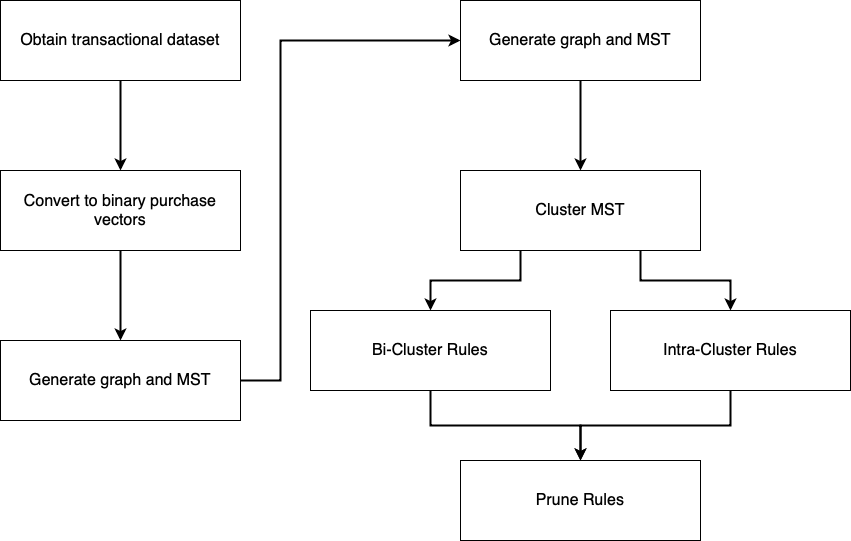
This is images/ruleflow.png from Sahil-Pattni/Market-Basket-Analysis-with-Graph-Theory, a draw.io export, as it was before one commit. Source tidied: cells renumbered, new cells last; positions are measured from the earlier drawing's top-left corner, leaving out a move shared by most shapes. Source of this version:
```xml
<mxGraphModel>
  <root>
    <mxCell id="0" />
    <mxCell id="1" parent="0" />
    <mxCell id="2" style="edgeStyle=orthogonalEdgeStyle;rounded=0;jettySize=auto;html=1;exitX=0.5;exitY=1;exitDx=0;exitDy=0;entryX=0.5;entryY=0;entryDx=0;entryDy=0;fontSize=16;strokeWidth=2;" parent="1" edge="1" source="3" target="5">
      <mxGeometry relative="1" as="geometry" />
    </mxCell>
    <mxCell id="3" value="Obtain transactional dataset" style="rounded=0;whiteSpace=wrap;html=1;fontSize=16;" parent="1" vertex="1">
      <mxGeometry width="240" height="80" as="geometry" />
    </mxCell>
    <mxCell id="4" style="edgeStyle=orthogonalEdgeStyle;rounded=0;jettySize=auto;html=1;exitX=0.5;exitY=1;exitDx=0;exitDy=0;entryX=0.5;entryY=0;entryDx=0;entryDy=0;fontSize=16;strokeWidth=2;" parent="1" edge="1" source="5" target="7">
      <mxGeometry relative="1" as="geometry" />
    </mxCell>
    <mxCell id="5" value="Convert to binary purchase vectors" style="rounded=0;whiteSpace=wrap;html=1;fontSize=16;" parent="1" vertex="1">
      <mxGeometry y="170" width="240" height="80" as="geometry" />
    </mxCell>
    <mxCell id="6" style="edgeStyle=orthogonalEdgeStyle;rounded=0;jettySize=auto;html=1;exitX=1;exitY=0.5;exitDx=0;exitDy=0;entryX=0;entryY=0.5;entryDx=0;entryDy=0;fontSize=16;strokeWidth=2;" parent="1" edge="1" source="7" target="9">
      <mxGeometry relative="1" as="geometry">
        <Array as="points">
          <mxPoint x="280" y="380" />
          <mxPoint x="280" y="40" />
        </Array>
      </mxGeometry>
    </mxCell>
    <mxCell id="7" value="Generate graph and MST" style="rounded=0;whiteSpace=wrap;html=1;fontSize=16;" parent="1" vertex="1">
      <mxGeometry y="340" width="240" height="80" as="geometry" />
    </mxCell>
    <mxCell id="8" style="edgeStyle=orthogonalEdgeStyle;rounded=0;jettySize=auto;html=1;exitX=0.5;exitY=1;exitDx=0;exitDy=0;fontSize=16;strokeWidth=2;" parent="1" edge="1" source="9" target="12">
      <mxGeometry relative="1" as="geometry" />
    </mxCell>
    <mxCell id="9" value="Generate graph and MST" style="rounded=0;whiteSpace=wrap;html=1;fontSize=16;" parent="1" vertex="1">
      <mxGeometry x="460" width="240" height="80" as="geometry" />
    </mxCell>
    <mxCell id="10" style="edgeStyle=orthogonalEdgeStyle;rounded=0;jettySize=auto;html=1;exitX=0.75;exitY=1;exitDx=0;exitDy=0;fontSize=16;strokeWidth=2;" parent="1" edge="1" source="12" target="16">
      <mxGeometry relative="1" as="geometry" />
    </mxCell>
    <mxCell id="11" style="edgeStyle=orthogonalEdgeStyle;rounded=0;jettySize=auto;html=1;exitX=0.25;exitY=1;exitDx=0;exitDy=0;fontSize=16;strokeWidth=2;" parent="1" edge="1" source="12" target="14">
      <mxGeometry relative="1" as="geometry" />
    </mxCell>
    <mxCell id="12" value="Cluster MST" style="rounded=0;whiteSpace=wrap;html=1;fontSize=16;" parent="1" vertex="1">
      <mxGeometry x="460" y="170" width="240" height="80" as="geometry" />
    </mxCell>
    <mxCell id="13" style="edgeStyle=orthogonalEdgeStyle;rounded=0;jettySize=auto;html=1;exitX=0.5;exitY=1;exitDx=0;exitDy=0;entryX=0.5;entryY=0;entryDx=0;entryDy=0;fontSize=16;strokeWidth=2;" parent="1" edge="1" source="14" target="17">
      <mxGeometry relative="1" as="geometry" />
    </mxCell>
    <mxCell id="14" value="Bi-Cluster Rules" style="rounded=0;whiteSpace=wrap;html=1;fontSize=16;" parent="1" vertex="1">
      <mxGeometry x="310" y="310" width="240" height="80" as="geometry" />
    </mxCell>
    <mxCell id="15" style="edgeStyle=orthogonalEdgeStyle;rounded=0;jettySize=auto;html=1;exitX=0.5;exitY=1;exitDx=0;exitDy=0;entryX=0.5;entryY=0;entryDx=0;entryDy=0;fontSize=16;strokeWidth=2;" parent="1" edge="1" source="16" target="17">
      <mxGeometry relative="1" as="geometry" />
    </mxCell>
    <mxCell id="16" value="Intra-Cluster Rules" style="rounded=0;whiteSpace=wrap;html=1;fontSize=16;" parent="1" vertex="1">
      <mxGeometry x="610" y="310" width="240" height="80" as="geometry" />
    </mxCell>
    <mxCell id="17" value="Prune Rules" style="rounded=0;whiteSpace=wrap;html=1;fontSize=16;" parent="1" vertex="1">
      <mxGeometry x="460" y="460" width="240" height="80" as="geometry" />
    </mxCell>
  </root>
</mxGraphModel>
```
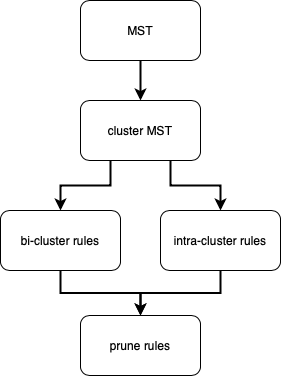
Above is the later version.

Diff of the diagram source:
```diff
@@ -2,58 +2,35 @@
   <root>
     <mxCell id="0" />
     <mxCell id="1" parent="0" />
-    <mxCell id="2" style="edgeStyle=orthogonalEdgeStyle;rounded=0;jettySize=auto;html=1;exitX=0.5;exitY=1;exitDx=0;exitDy=0;entryX=0.5;entryY=0;entryDx=0;entryDy=0;fontSize=16;strokeWidth=2;" parent="1" edge="1" source="3" target="5">
-      <mxGeometry relative="1" as="geometry" />
-    </mxCell>
-    <mxCell id="3" value="Obtain transactional dataset" style="rounded=0;whiteSpace=wrap;html=1;fontSize=16;" parent="1" vertex="1">
-      <mxGeometry width="240" height="80" as="geometry" />
-    </mxCell>
-    <mxCell id="4" style="edgeStyle=orthogonalEdgeStyle;rounded=0;jettySize=auto;html=1;exitX=0.5;exitY=1;exitDx=0;exitDy=0;entryX=0.5;entryY=0;entryDx=0;entryDy=0;fontSize=16;strokeWidth=2;" parent="1" edge="1" source="5" target="7">
-      <mxGeometry relative="1" as="geometry" />
-    </mxCell>
-    <mxCell id="5" value="Convert to binary purchase vectors" style="rounded=0;whiteSpace=wrap;html=1;fontSize=16;" parent="1" vertex="1">
-      <mxGeometry y="170" width="240" height="80" as="geometry" />
-    </mxCell>
-    <mxCell id="6" style="edgeStyle=orthogonalEdgeStyle;rounded=0;jettySize=auto;html=1;exitX=1;exitY=0.5;exitDx=0;exitDy=0;entryX=0;entryY=0.5;entryDx=0;entryDy=0;fontSize=16;strokeWidth=2;" parent="1" edge="1" source="7" target="9">
-      <mxGeometry relative="1" as="geometry">
-        <Array as="points">
-          <mxPoint x="280" y="380" />
-          <mxPoint x="280" y="40" />
-        </Array>
-      </mxGeometry>
-    </mxCell>
-    <mxCell id="7" value="Generate graph and MST" style="rounded=0;whiteSpace=wrap;html=1;fontSize=16;" parent="1" vertex="1">
-      <mxGeometry y="340" width="240" height="80" as="geometry" />
-    </mxCell>
-    <mxCell id="8" style="edgeStyle=orthogonalEdgeStyle;rounded=0;jettySize=auto;html=1;exitX=0.5;exitY=1;exitDx=0;exitDy=0;fontSize=16;strokeWidth=2;" parent="1" edge="1" source="9" target="12">
-      <mxGeometry relative="1" as="geometry" />
-    </mxCell>
-    <mxCell id="9" value="Generate graph and MST" style="rounded=0;whiteSpace=wrap;html=1;fontSize=16;" parent="1" vertex="1">
-      <mxGeometry x="460" width="240" height="80" as="geometry" />
-    </mxCell>
-    <mxCell id="10" style="edgeStyle=orthogonalEdgeStyle;rounded=0;jettySize=auto;html=1;exitX=0.75;exitY=1;exitDx=0;exitDy=0;fontSize=16;strokeWidth=2;" parent="1" edge="1" source="12" target="16">
-      <mxGeometry relative="1" as="geometry" />
-    </mxCell>
-    <mxCell id="11" style="edgeStyle=orthogonalEdgeStyle;rounded=0;jettySize=auto;html=1;exitX=0.25;exitY=1;exitDx=0;exitDy=0;fontSize=16;strokeWidth=2;" parent="1" edge="1" source="12" target="14">
-      <mxGeometry relative="1" as="geometry" />
-    </mxCell>
-    <mxCell id="12" value="Cluster MST" style="rounded=0;whiteSpace=wrap;html=1;fontSize=16;" parent="1" vertex="1">
-      <mxGeometry x="460" y="170" width="240" height="80" as="geometry" />
-    </mxCell>
-    <mxCell id="13" style="edgeStyle=orthogonalEdgeStyle;rounded=0;jettySize=auto;html=1;exitX=0.5;exitY=1;exitDx=0;exitDy=0;entryX=0.5;entryY=0;entryDx=0;entryDy=0;fontSize=16;strokeWidth=2;" parent="1" edge="1" source="14" target="17">
-      <mxGeometry relative="1" as="geometry" />
-    </mxCell>
-    <mxCell id="14" value="Bi-Cluster Rules" style="rounded=0;whiteSpace=wrap;html=1;fontSize=16;" parent="1" vertex="1">
-      <mxGeometry x="310" y="310" width="240" height="80" as="geometry" />
-    </mxCell>
-    <mxCell id="15" style="edgeStyle=orthogonalEdgeStyle;rounded=0;jettySize=auto;html=1;exitX=0.5;exitY=1;exitDx=0;exitDy=0;entryX=0.5;entryY=0;entryDx=0;entryDy=0;fontSize=16;strokeWidth=2;" parent="1" edge="1" source="16" target="17">
-      <mxGeometry relative="1" as="geometry" />
-    </mxCell>
-    <mxCell id="16" value="Intra-Cluster Rules" style="rounded=0;whiteSpace=wrap;html=1;fontSize=16;" parent="1" vertex="1">
-      <mxGeometry x="610" y="310" width="240" height="80" as="geometry" />
-    </mxCell>
-    <mxCell id="17" value="Prune Rules" style="rounded=0;whiteSpace=wrap;html=1;fontSize=16;" parent="1" vertex="1">
-      <mxGeometry x="460" y="460" width="240" height="80" as="geometry" />
-    </mxCell>
+    <mxCell id="18" style="edgeStyle=orthogonalEdgeStyle;rounded=0;jettySize=auto;html=1;strokeWidth=2;" parent="1" edge="1" source="19" target="22">
+      <mxGeometry relative="1" as="geometry" />
+    </mxCell>
+    <mxCell id="19" value="MST" style="rounded=1;whiteSpace=wrap;html=1;strokeWidth=1;" parent="1" vertex="1">
+      <mxGeometry x="200" y="-20" width="120" height="60" as="geometry" />
+    </mxCell>
+    <mxCell id="20" style="edgeStyle=orthogonalEdgeStyle;rounded=0;jettySize=auto;html=1;exitX=0.25;exitY=1;exitDx=0;exitDy=0;entryX=0.5;entryY=0;entryDx=0;entryDy=0;strokeWidth=2;" parent="1" edge="1" source="22" target="24">
+      <mxGeometry relative="1" as="geometry" />
+    </mxCell>
+    <mxCell id="21" style="edgeStyle=orthogonalEdgeStyle;rounded=0;jettySize=auto;html=1;exitX=0.75;exitY=1;exitDx=0;exitDy=0;strokeWidth=2;" parent="1" edge="1" source="22" target="26">
+      <mxGeometry relative="1" as="geometry" />
+    </mxCell>
+    <mxCell id="22" value="cluster MST" style="rounded=1;whiteSpace=wrap;html=1;strokeWidth=1;" parent="1" vertex="1">
+      <mxGeometry x="200" y="80" width="120" height="60" as="geometry" />
+    </mxCell>
+    <mxCell id="23" style="edgeStyle=orthogonalEdgeStyle;rounded=0;jettySize=auto;html=1;exitX=0.5;exitY=1;exitDx=0;exitDy=0;strokeWidth=2;" parent="1" edge="1" source="24" target="27">
+      <mxGeometry relative="1" as="geometry" />
+    </mxCell>
+    <mxCell id="24" value="bi-cluster rules" style="rounded=1;whiteSpace=wrap;html=1;strokeWidth=1;" parent="1" vertex="1">
+      <mxGeometry x="120" y="190" width="120" height="60" as="geometry" />
+    </mxCell>
+    <mxCell id="25" style="edgeStyle=orthogonalEdgeStyle;rounded=0;jettySize=auto;html=1;exitX=0.5;exitY=1;exitDx=0;exitDy=0;entryX=0.5;entryY=0;entryDx=0;entryDy=0;strokeWidth=2;" parent="1" edge="1" source="26" target="27">
+      <mxGeometry relative="1" as="geometry" />
+    </mxCell>
+    <mxCell id="26" value="intra-cluster rules" style="rounded=1;whiteSpace=wrap;html=1;strokeWidth=1;" parent="1" vertex="1">
+      <mxGeometry x="280" y="190" width="120" height="60" as="geometry" />
+    </mxCell>
+    <mxCell id="27" value="prune rules" style="rounded=1;whiteSpace=wrap;html=1;strokeWidth=1;" parent="1" vertex="1">
+      <mxGeometry x="200" y="295" width="120" height="60" as="geometry" />
+    </mxCell>
   </root>
 </mxGraphModel>
```
